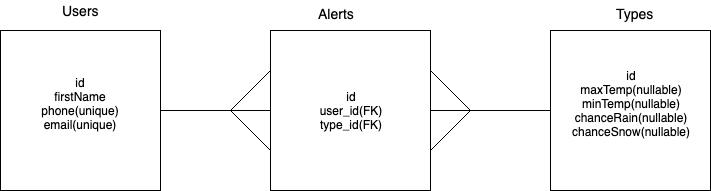
Earlier version of the draw.io export src/components/assets/ERD.png (Rosenmatt1/my-weather-buddy). Source tidied: cells renumbered, new cells last; positions are measured from the earlier drawing's top-left corner, leaving out a move shared by most shapes.
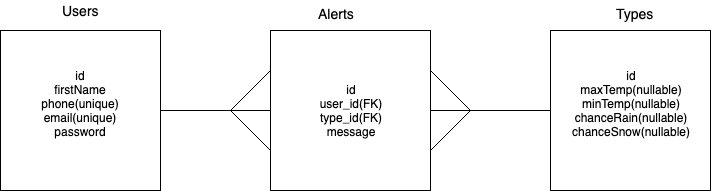
After the commit.

Change to the diagram source:
```diff
@@ -2,10 +2,10 @@
   <root>
     <mxCell id="0" />
     <mxCell id="1" parent="0" />
-    <mxCell id="2" value="id&lt;br&gt;firstName&lt;br&gt;phone(unique)&lt;br&gt;email(unique)&lt;br&gt;&lt;br&gt;" style="whiteSpace=wrap;html=1;" parent="1" vertex="1">
+    <mxCell id="2" value="id&lt;br&gt;firstName&lt;br&gt;phone(unique)&lt;br&gt;email(unique)&lt;br&gt;password&lt;br&gt;&lt;br&gt;" style="whiteSpace=wrap;html=1;" parent="1" vertex="1">
       <mxGeometry y="30" width="160" height="160" as="geometry" />
     </mxCell>
-    <mxCell id="3" value="id&lt;br&gt;user_id(FK)&lt;br&gt;type_id(FK)&lt;br&gt;" style="whiteSpace=wrap;html=1;" parent="1" vertex="1">
+    <mxCell id="3" value="id&lt;br&gt;user_id(FK)&lt;br&gt;type_id(FK)&lt;br&gt;message&lt;br&gt;" style="whiteSpace=wrap;html=1;" parent="1" vertex="1">
       <mxGeometry x="270" y="30" width="160" height="160" as="geometry" />
     </mxCell>
     <mxCell id="4" value="id&lt;br&gt;maxTemp(nullable)&lt;br&gt;minTemp(nullable)&lt;br&gt;chanceRain(nullable)&lt;br&gt;chanceSnow(nullable)&lt;br&gt;&lt;br&gt;" style="whiteSpace=wrap;html=1;" parent="1" vertex="1">
```
